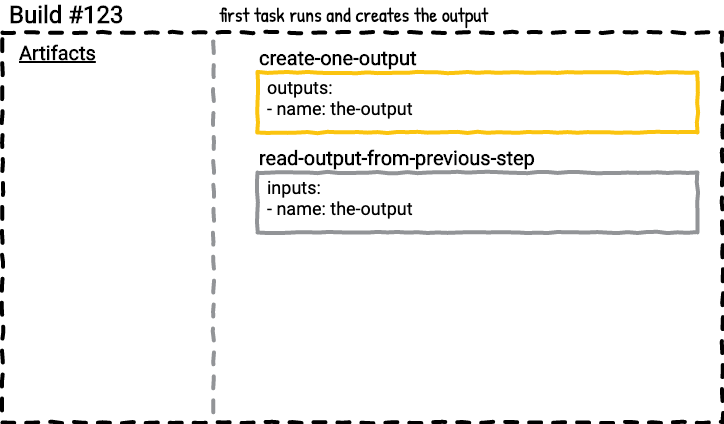
The draw.io diagram tasks-inputs-101/diagrams/example-one/01.png in taylorsilva/posts, before a commit. Source tidied: cells renumbered, new cells last; positions are measured from the earlier drawing's top-left corner, leaving out a move shared by most shapes.
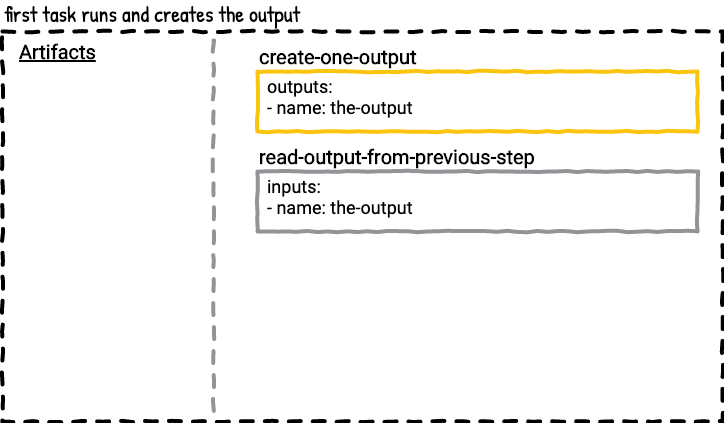
The same diagram one commit later.

Change to the diagram source:
```diff
@@ -1,22 +1,9 @@
 <mxGraphModel>
   <root>
     <mxCell id="0" />
-    <mxCell id="1" parent="0" />
-    <mxCell id="2" style="whiteSpace=wrap;html=1;dashed=1;strokeWidth=4;comic=1;fillColor=none;spacing=2;" parent="1" vertex="1">
-      <mxGeometry y="28" width="720" height="390" as="geometry" />
-    </mxCell>
-    <mxCell id="3" style="endArrow=none;dashed=1;html=1;strokeWidth=4;comic=1;anchorPointDirection=0;exitX=0.293;exitY=0;exitDx=0;exitDy=0;exitPerimeter=0;strokeColor=#929497;" parent="1" edge="1">
-      <mxGeometry relative="1" as="geometry">
-        <mxPoint x="211" y="37" as="sourcePoint" />
-        <mxPoint x="211" y="417" as="targetPoint" />
-      </mxGeometry>
-    </mxCell>
     <mxCell id="4" value="Untitled Layer" parent="0" />
-    <mxCell id="5" value="Build #123" style="text;html=1;strokeColor=none;fillColor=none;align=left;verticalAlign=middle;whiteSpace=wrap;rounded=0;comic=1;fontStyle=1;fontFamily=Roboto;FType=g;fontSize=24;" parent="4" vertex="1">
-      <mxGeometry x="5" width="200" height="20" as="geometry" />
-    </mxCell>
-    <mxCell id="6" value="first task runs and creates the output" style="text;html=1;strokeColor=none;fillColor=none;align=left;verticalAlign=middle;whiteSpace=wrap;rounded=0;comic=1;fontFamily=Patrick Hand;FType=g;fontSize=20;" parent="4" vertex="1">
-      <mxGeometry x="215" width="500" height="20" as="geometry" />
+    <mxCell id="6" value="first task runs and creates the output" style="text;html=1;strokeColor=none;fillColor=none;align=left;verticalAlign=middle;whiteSpace=wrap;rounded=0;comic=1;fontFamily=Patrick Hand;FType=g;fontSize=22;" parent="4" vertex="1">
+      <mxGeometry width="500" height="20" as="geometry" />
     </mxCell>
     <mxCell id="7" style="group;comic=0;" parent="4" vertex="1">
       <mxGeometry x="255" y="68" width="440" height="60" as="geometry" />
@@ -39,5 +26,14 @@
     <mxCell id="13" value="Artifacts" style="text;html=1;strokeColor=none;fillColor=none;align=left;verticalAlign=middle;whiteSpace=wrap;rounded=0;comic=1;fontStyle=5;fontFamily=Roboto;FType=g;fontSize=20;" parent="4" vertex="1">
       <mxGeometry x="15" y="38" width="90" height="20" as="geometry" />
     </mxCell>
+    <mxCell id="2" style="whiteSpace=wrap;html=1;dashed=1;strokeWidth=4;comic=1;fillColor=none;spacing=2;" parent="4" vertex="1">
+      <mxGeometry y="28" width="720" height="390" as="geometry" />
+    </mxCell>
+    <mxCell id="3" style="endArrow=none;dashed=1;html=1;strokeWidth=4;comic=1;anchorPointDirection=0;exitX=0.293;exitY=0;exitDx=0;exitDy=0;exitPerimeter=0;strokeColor=#929497;" parent="4" edge="1">
+      <mxGeometry relative="1" as="geometry">
+        <mxPoint x="211" y="37" as="sourcePoint" />
+        <mxPoint x="211" y="417" as="targetPoint" />
+      </mxGeometry>
+    </mxCell>
   </root>
 </mxGraphModel>
```
